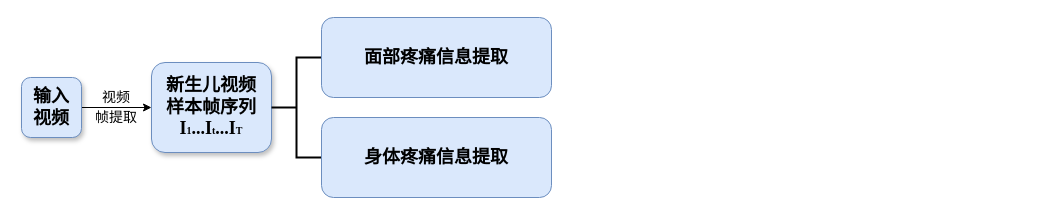
Earlier version of the draw.io diagram Graphs/未命名绘图.drawio (whenwedream/TELL). Source tidied: cells renumbered, new cells numbered last; positions are measured from the earlier drawing's top-left corner, leaving out a move shared by most shapes. Both pictures are drawn from the tidied source at 100%, with x=0, y=0 at pixel (21, 17).
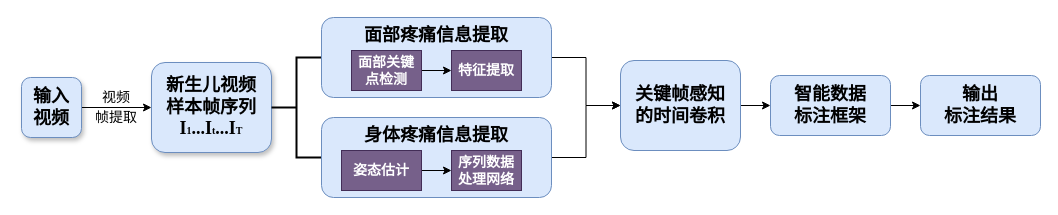
Above is the later version.

Commit message:
更新技术路线.drawio

Diff of the diagram source:
```diff
@@
-    <mxCell id="7" style="strokeWidth=2;html=1;shape=mxgraph.flowchart.annotation_2;align=left;labelPosition=right;verticalAlign=middle;" parent="1" vertex="1">
+    <mxCell id="7" style="strokeWidth=2;html=1;shape=mxgraph.flowchart.annotation_2;align=left;labelPosition=right;verticalAlign=middle;fontSize=6;" parent="1" vertex="1">
       <mxGeometry x="250" y="40" width="50" height="100" as="geometry" />
     </mxCell>
+    <mxCell id="10" style="edgeStyle=orthogonalEdgeStyle;rounded=0;jettySize=auto;html=1;" parent="1" edge="1" source="8" target="19">
+      <mxGeometry relative="1" as="geometry" />
+    </mxCell>
-    <mxCell id="8" value="&lt;b&gt;&lt;font style=&quot;font-size: 18px;&quot;&gt;面部疼痛信息提取&lt;/font&gt;&lt;/b&gt;" style="rounded=1;whiteSpace=wrap;html=1;fillColor=#dae8fc;strokeColor=#6c8ebf;" parent="1" vertex="1">
+    <mxCell id="8" value="&lt;b&gt;&lt;font style=&quot;font-size: 18px;&quot;&gt;面部疼痛信息提取&lt;/font&gt;&lt;/b&gt;&lt;div&gt;&lt;b&gt;&lt;font style=&quot;font-size: 18px;&quot;&gt;&lt;br&gt;&lt;/font&gt;&lt;/b&gt;&lt;/div&gt;&lt;div&gt;&lt;b&gt;&lt;font style=&quot;font-size: 18px;&quot;&gt;&lt;br&gt;&lt;/font&gt;&lt;/b&gt;&lt;/div&gt;" style="rounded=1;whiteSpace=wrap;html=1;fillColor=#dae8fc;strokeColor=#6c8ebf;" parent="1" vertex="1">
       <mxGeometry x="300" width="230" height="80" as="geometry" />
     </mxCell>
+    <mxCell id="11" style="edgeStyle=orthogonalEdgeStyle;rounded=0;jettySize=auto;html=1;" parent="1" edge="1" source="9" target="19">
+      <mxGeometry relative="1" as="geometry" />
+    </mxCell>
-    <mxCell id="9" value="&lt;b&gt;&lt;font style=&quot;font-size: 18px;&quot;&gt;身体疼痛信息提取&lt;/font&gt;&lt;/b&gt;" style="rounded=1;whiteSpace=wrap;html=1;fillColor=#dae8fc;strokeColor=#6c8ebf;" parent="1" vertex="1">
+    <mxCell id="9" value="&lt;b&gt;&lt;font style=&quot;font-size: 18px;&quot;&gt;身体疼痛信息提取&lt;/font&gt;&lt;/b&gt;&lt;div&gt;&lt;b&gt;&lt;font style=&quot;font-size: 18px;&quot;&gt;&lt;br&gt;&lt;/font&gt;&lt;/b&gt;&lt;/div&gt;&lt;div&gt;&lt;b&gt;&lt;font style=&quot;font-size: 18px;&quot;&gt;&lt;br&gt;&lt;/font&gt;&lt;/b&gt;&lt;/div&gt;" style="rounded=1;whiteSpace=wrap;html=1;fillColor=#dae8fc;strokeColor=#6c8ebf;" parent="1" vertex="1">
       <mxGeometry x="300" y="100" width="230" height="80" as="geometry" />
     </mxCell>
+    <mxCell id="12" style="edgeStyle=orthogonalEdgeStyle;rounded=0;jettySize=auto;html=1;" parent="1" edge="1" source="13" target="14">
+      <mxGeometry relative="1" as="geometry" />
+    </mxCell>
+    <mxCell id="13" value="&lt;font style=&quot;font-size: 14px;&quot;&gt;&lt;b&gt;面部关键点检测&lt;/b&gt;&lt;/font&gt;" style="rounded=0;whiteSpace=wrap;html=1;fillColor=#76608a;fontColor=#ffffff;strokeColor=#432D57;" parent="1" vertex="1">
+      <mxGeometry x="330" y="33" width="70" height="40" as="geometry" />
+    </mxCell>
+    <mxCell id="14" value="&lt;font style=&quot;font-size: 14px;&quot;&gt;&lt;b&gt;特征提取&lt;/b&gt;&lt;/font&gt;" style="rounded=0;whiteSpace=wrap;html=1;fillColor=#76608a;fontColor=#ffffff;strokeColor=#432D57;" parent="1" vertex="1">
+      <mxGeometry x="430" y="33" width="70" height="40" as="geometry" />
+    </mxCell>
+    <mxCell id="15" style="edgeStyle=orthogonalEdgeStyle;rounded=0;jettySize=auto;html=1;" parent="1" edge="1" source="16" target="17">
+      <mxGeometry relative="1" as="geometry" />
+    </mxCell>
+    <mxCell id="16" value="&lt;font style=&quot;font-size: 14px;&quot;&gt;&lt;b&gt;姿态估计&lt;/b&gt;&lt;/font&gt;" style="rounded=0;whiteSpace=wrap;html=1;fillColor=#76608a;fontColor=#ffffff;strokeColor=#432D57;" parent="1" vertex="1">
+      <mxGeometry x="320" y="133" width="80" height="40" as="geometry" />
+    </mxCell>
+    <mxCell id="17" value="&lt;font style=&quot;font-size: 14px;&quot;&gt;&lt;b&gt;序列数据&lt;/b&gt;&lt;/font&gt;&lt;div&gt;&lt;font style=&quot;font-size: 14px;&quot;&gt;&lt;b&gt;处理网络&lt;/b&gt;&lt;/font&gt;&lt;/div&gt;" style="rounded=0;whiteSpace=wrap;html=1;fillColor=#76608a;fontColor=#ffffff;strokeColor=#432D57;" parent="1" vertex="1">
+      <mxGeometry x="430" y="133" width="70" height="40" as="geometry" />
+    </mxCell>
+    <mxCell id="18" style="edgeStyle=orthogonalEdgeStyle;rounded=0;jettySize=auto;html=1;" parent="1" edge="1" source="19" target="21">
+      <mxGeometry relative="1" as="geometry" />
+    </mxCell>
+    <mxCell id="19" value="&lt;span&gt;关键帧感知&lt;/span&gt;&lt;div&gt;&lt;span&gt;的时间卷积&lt;/span&gt;&lt;/div&gt;" style="rounded=1;whiteSpace=wrap;html=1;fillColor=#dae8fc;strokeColor=#6c8ebf;fontStyle=1;fontFamily=Helvetica;fontSize=18;" parent="1" vertex="1">
+      <mxGeometry x="599" y="43" width="120" height="90" as="geometry" />
+    </mxCell>
+    <mxCell id="20" style="edgeStyle=orthogonalEdgeStyle;rounded=0;jettySize=auto;html=1;" parent="1" edge="1" source="21" target="22">
+      <mxGeometry relative="1" as="geometry" />
+    </mxCell>
+    <mxCell id="21" value="&lt;span&gt;智能数据&lt;/span&gt;&lt;div&gt;&lt;span&gt;标注框架&lt;/span&gt;&lt;/div&gt;" style="whiteSpace=wrap;html=1;fontSize=18;fillColor=#dae8fc;strokeColor=#6c8ebf;rounded=1;fontStyle=1;fontFamily=Helvetica;" parent="1" vertex="1">
+      <mxGeometry x="749" y="58" width="120" height="60" as="geometry" />
+    </mxCell>
+    <mxCell id="22" value="输出&lt;div&gt;标注结果&lt;/div&gt;" style="whiteSpace=wrap;html=1;fontSize=18;fillColor=#dae8fc;strokeColor=#6c8ebf;rounded=1;fontStyle=1;" parent="1" vertex="1">
+      <mxGeometry x="899" y="58" width="120" height="60" as="geometry" />
+    </mxCell>
```
